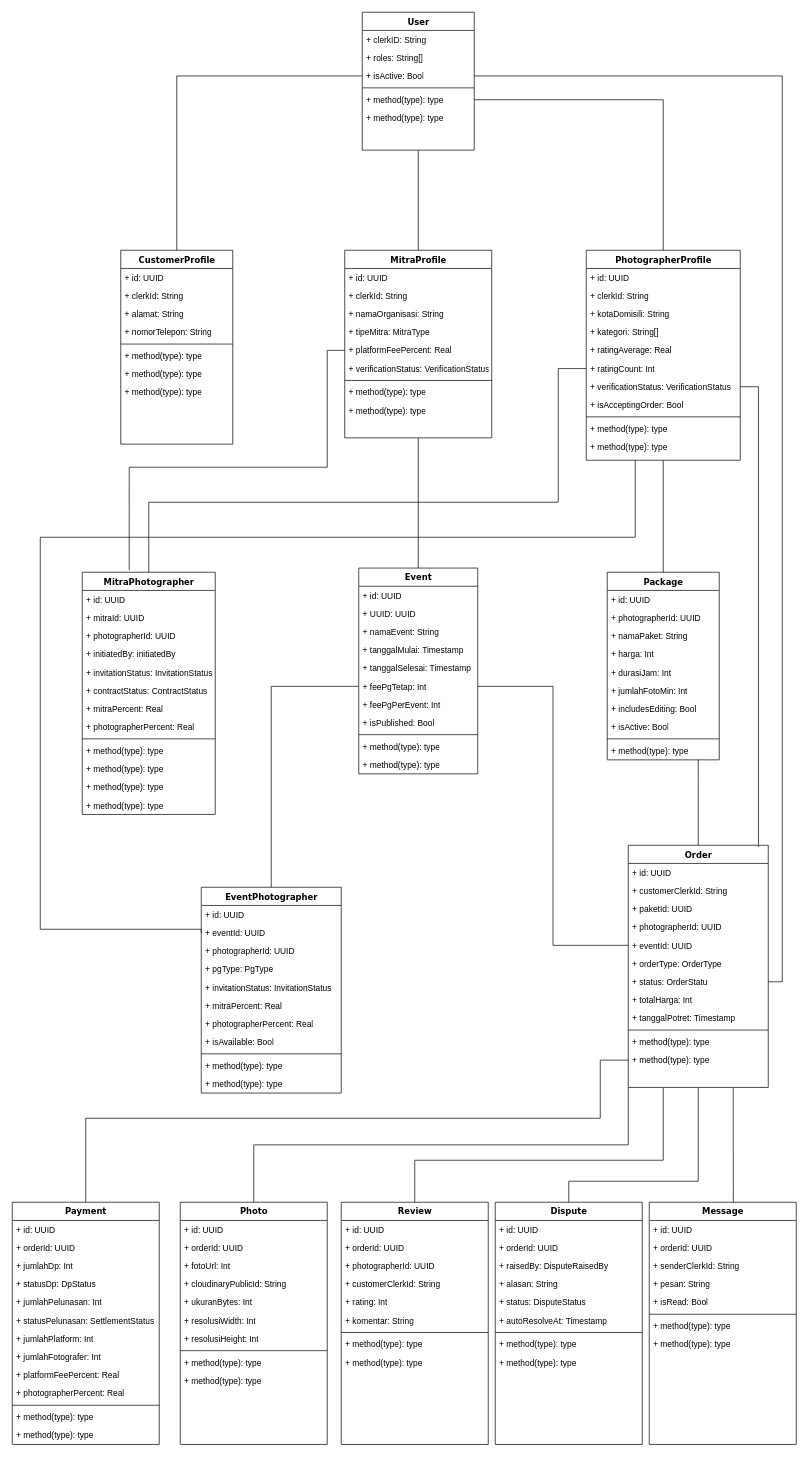
Before: ERD FRAMIC.drawio in dhendisyafaa/framic, a draw.io diagram. Source tidied: cells renumbered, new cells numbered last; positions are measured from the earlier drawing's top-left corner, leaving out a move shared by most shapes. Both pictures are drawn from the tidied source at 70%, with x=0, y=0 at pixel (12, 12).
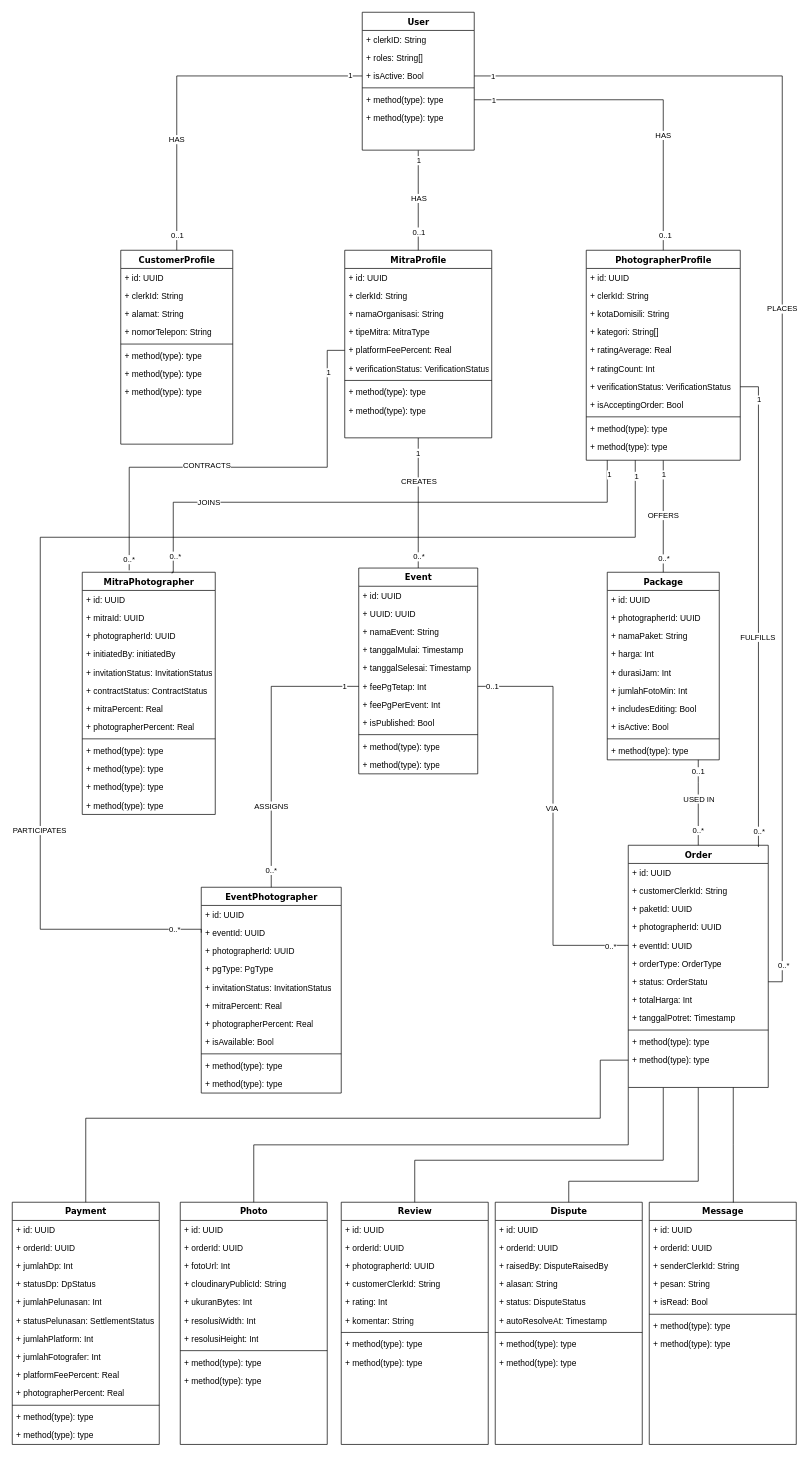
Above is the later version.

Unchanged cells that the change refers to:
```xml
<mxCell id="2" style="edgeStyle=orthogonalEdgeStyle;rounded=0;jettySize=auto;html=1;endArrow=none;endFill=0;" parent="1" edge="1" source="3" target="20">
  <mxGeometry relative="1" as="geometry" />
</mxCell>
<mxCell id="20" value="MitraProfile" style="swimlane;html=1;fontStyle=1;align=center;verticalAlign=top;horizontal=1;startSize=26;swimlaneFillColor=#ffffff;rounded=0;shadow=0;comic=0;labelBackgroundColor=none;strokeWidth=1;fillColor=none;fontFamily=Verdana;fontSize=12;" parent="1" vertex="1">
  <mxGeometry x="475" y="340" width="210" height="268" as="geometry" />
</mxCell>
<mxCell id="30" style="edgeStyle=orthogonalEdgeStyle;rounded=0;jettySize=auto;html=1;exitX=0.5;exitY=1;exitDx=0;exitDy=0;entryX=0.5;entryY=0;entryDx=0;entryDy=0;endArrow=none;endFill=0;" parent="1" edge="1" source="31" target="69">
  <mxGeometry relative="1" as="geometry" />
</mxCell>
<mxCell id="37" value="+&amp;nbsp;&lt;span class=&quot;nodeLabel markdown-node-label&quot; style=&quot;&quot;&gt;ratingCount&lt;/span&gt;: Int" style="text;html=1;strokeColor=none;fillColor=none;align=left;verticalAlign=top;spacingLeft=4;spacingRight=4;whiteSpace=wrap;overflow=hidden;points=[[0,0.5],[1,0.5]];portConstraint=eastwest;" parent="31" vertex="1">
  <mxGeometry y="156" width="220" height="26" as="geometry" />
</mxCell>
<mxCell id="43" value="&lt;span class=&quot;nodeLabel markdown-node-label&quot; style=&quot;&quot;&gt;MitraPhotographer&lt;/span&gt;" style="swimlane;html=1;fontStyle=1;align=center;verticalAlign=top;horizontal=1;startSize=26;swimlaneFillColor=#ffffff;rounded=0;shadow=0;comic=0;labelBackgroundColor=none;strokeWidth=1;fillColor=none;fontFamily=Verdana;fontSize=12;" parent="1" vertex="1">
  <mxGeometry x="100" y="800" width="190" height="346" as="geometry" />
</mxCell>
<mxCell id="57" value="&lt;span class=&quot;nodeLabel markdown-node-label&quot; style=&quot;&quot;&gt;Event&lt;/span&gt;" style="swimlane;html=1;fontStyle=1;align=center;verticalAlign=top;horizontal=1;startSize=26;swimlaneFillColor=#ffffff;rounded=0;shadow=0;comic=0;labelBackgroundColor=none;strokeWidth=1;fillColor=none;fontFamily=Verdana;fontSize=12;" parent="1" vertex="1">
  <mxGeometry x="495" y="794" width="170" height="294" as="geometry" />
</mxCell>
<mxCell id="63" value="+&amp;nbsp;&lt;span class=&quot;nodeLabel markdown-node-label&quot; style=&quot;&quot;&gt;feePgTetap&lt;/span&gt;: Int" style="text;html=1;strokeColor=none;fillColor=none;align=left;verticalAlign=top;spacingLeft=4;spacingRight=4;whiteSpace=wrap;overflow=hidden;points=[[0,0.5],[1,0.5]];portConstraint=eastwest;" parent="57" vertex="1">
  <mxGeometry y="156" width="170" height="26" as="geometry" />
</mxCell>
<mxCell id="80" value="&lt;span class=&quot;nodeLabel markdown-node-label&quot; style=&quot;&quot;&gt;EventPhotographer&lt;/span&gt;" style="swimlane;html=1;fontStyle=1;align=center;verticalAlign=top;horizontal=1;startSize=26;swimlaneFillColor=#ffffff;rounded=0;shadow=0;comic=0;labelBackgroundColor=none;strokeWidth=1;fillColor=none;fontFamily=Verdana;fontSize=12;" parent="1" vertex="1">
  <mxGeometry x="270" y="1250" width="200" height="294" as="geometry" />
</mxCell>
<mxCell id="162" style="edgeStyle=orthogonalEdgeStyle;rounded=0;jettySize=auto;html=1;entryX=0.5;entryY=0;entryDx=0;entryDy=0;endArrow=none;endFill=0;" parent="1" edge="1" source="6" target="10">
  <mxGeometry relative="1" as="geometry" />
</mxCell>
<mxCell id="163" style="edgeStyle=orthogonalEdgeStyle;rounded=0;jettySize=auto;html=1;endArrow=none;endFill=0;" parent="1" edge="1" source="8" target="31">
  <mxGeometry relative="1" as="geometry" />
</mxCell>
<mxCell id="164" style="edgeStyle=orthogonalEdgeStyle;rounded=0;jettySize=auto;html=1;entryX=1;entryY=0.5;entryDx=0;entryDy=0;endArrow=none;endFill=0;" parent="1" edge="1" source="6" target="102">
  <mxGeometry relative="1" as="geometry" />
</mxCell>
<mxCell id="166" style="edgeStyle=orthogonalEdgeStyle;rounded=0;jettySize=auto;html=1;entryX=0.353;entryY=-0.008;entryDx=0;entryDy=0;entryPerimeter=0;endArrow=none;endFill=0;" parent="1" edge="1" source="25" target="43">
  <mxGeometry relative="1" as="geometry">
    <Array as="points">
      <mxPoint x="450" y="483" />
      <mxPoint x="450" y="650" />
      <mxPoint x="167" y="650" />
    </Array>
  </mxGeometry>
</mxCell>
<mxCell id="167" style="edgeStyle=orthogonalEdgeStyle;rounded=0;jettySize=auto;html=1;endArrow=none;endFill=0;entryX=0;entryY=0.5;entryDx=0;entryDy=0;" parent="1" edge="1" target="82">
  <mxGeometry relative="1" as="geometry">
    <mxPoint x="890" y="640" as="sourcePoint" />
    <Array as="points">
      <mxPoint x="890" y="640" />
      <mxPoint x="890" y="750" />
      <mxPoint x="40" y="750" />
      <mxPoint x="40" y="1310" />
      <mxPoint x="270" y="1310" />
    </Array>
  </mxGeometry>
</mxCell>
<mxCell id="169" style="edgeStyle=orthogonalEdgeStyle;rounded=0;jettySize=auto;html=1;entryX=0;entryY=0.5;entryDx=0;entryDy=0;endArrow=none;endFill=0;" parent="1" edge="1" source="63" target="100">
  <mxGeometry relative="1" as="geometry" />
</mxCell>
<mxCell id="170" style="edgeStyle=orthogonalEdgeStyle;rounded=0;jettySize=auto;html=1;entryX=0.93;entryY=0.007;entryDx=0;entryDy=0;entryPerimeter=0;endArrow=none;endFill=0;" parent="1" edge="1" source="38" target="95">
  <mxGeometry relative="1" as="geometry" />
</mxCell>
<mxCell id="173" style="edgeStyle=orthogonalEdgeStyle;shape=connector;rounded=0;jettySize=auto;html=1;entryX=0.5;entryY=0;entryDx=0;entryDy=0;strokeColor=default;align=center;verticalAlign=middle;fontFamily=Helvetica;fontSize=11;fontColor=default;labelBackgroundColor=default;endArrow=none;endFill=0;" parent="1" edge="1" source="79" target="95">
  <mxGeometry relative="1" as="geometry">
    <Array as="points">
      <mxPoint x="980" y="1100" />
      <mxPoint x="980" y="1100" />
    </Array>
  </mxGeometry>
</mxCell>
```

The edit, as a diff of the source:
```diff
@@
+    <mxCell id="174" value="1" style="edgeLabel;html=1;align=center;verticalAlign=middle;fontFamily=Helvetica;fontSize=11;fontColor=default;labelBackgroundColor=default;" parent="2" vertex="1">
+      <mxGeometry x="-0.81" relative="1" as="geometry" />
+    </mxCell>
+    <mxCell id="175" value="0..1" style="edgeLabel;html=1;align=center;verticalAlign=middle;fontFamily=Helvetica;fontSize=11;fontColor=default;labelBackgroundColor=default;" parent="2" vertex="1">
+      <mxGeometry x="0.82" y="-1" relative="1" as="geometry">
+        <mxPoint x="1" y="-14" as="offset" />
+      </mxGeometry>
+    </mxCell>
+    <mxCell id="176" value="HAS" style="edgeLabel;html=1;align=center;verticalAlign=middle;fontFamily=Helvetica;fontSize=11;fontColor=default;labelBackgroundColor=default;" parent="2" vertex="1">
+      <mxGeometry x="-0.05" relative="1" as="geometry" />
+    </mxCell>
@@
-    <mxCell id="19" style="edgeStyle=orthogonalEdgeStyle;rounded=0;jettySize=auto;html=1;endArrow=none;endFill=0;" parent="1" edge="1" source="20" target="57">
-      <mxGeometry relative="1" as="geometry" />
+    <mxCell id="19" value="1" style="edgeStyle=orthogonalEdgeStyle;rounded=0;jettySize=auto;html=1;endArrow=none;endFill=0;" parent="1" edge="1" source="20" target="57">
+      <mxGeometry x="-0.76" relative="1" as="geometry" />
     </mxCell>
+    <mxCell id="177" value="0..*" style="edgeLabel;html=1;align=center;verticalAlign=middle;fontFamily=Helvetica;fontSize=11;fontColor=default;labelBackgroundColor=default;" parent="19" vertex="1">
+      <mxGeometry x="0.82" relative="1" as="geometry" />
+    </mxCell>
+    <mxCell id="178" value="CREATES" style="edgeLabel;html=1;align=center;verticalAlign=middle;fontFamily=Helvetica;fontSize=11;fontColor=default;labelBackgroundColor=default;" parent="19" vertex="1">
+      <mxGeometry x="-0.27" relative="1" as="geometry">
+        <mxPoint y="-6" as="offset" />
+      </mxGeometry>
+    </mxCell>
@@
+    <mxCell id="179" value="1" style="edgeLabel;html=1;align=center;verticalAlign=middle;fontFamily=Helvetica;fontSize=11;fontColor=default;labelBackgroundColor=default;" parent="30" vertex="1">
+      <mxGeometry x="-0.67" y="-3" relative="1" as="geometry">
+        <mxPoint x="3" y="-6" as="offset" />
+      </mxGeometry>
+    </mxCell>
+    <mxCell id="180" value="0..*" style="edgeLabel;html=1;align=center;verticalAlign=middle;fontFamily=Helvetica;fontSize=11;fontColor=default;labelBackgroundColor=default;" parent="30" vertex="1">
+      <mxGeometry x="0.75" relative="1" as="geometry" />
+    </mxCell>
+    <mxCell id="181" value="OFFERS" style="edgeLabel;html=1;align=center;verticalAlign=middle;fontFamily=Helvetica;fontSize=11;fontColor=default;labelBackgroundColor=default;" parent="30" vertex="1">
+      <mxGeometry x="-0.03" y="-1" relative="1" as="geometry" />
+    </mxCell>
@@
+    <mxCell id="182" value="1" style="edgeLabel;html=1;align=center;verticalAlign=middle;fontFamily=Helvetica;fontSize=11;fontColor=default;labelBackgroundColor=default;" parent="162" vertex="1">
+      <mxGeometry x="-0.93" y="-2" relative="1" as="geometry" />
+    </mxCell>
+    <mxCell id="183" value="0..1" style="edgeLabel;html=1;align=center;verticalAlign=middle;fontFamily=Helvetica;fontSize=11;fontColor=default;labelBackgroundColor=default;" parent="162" vertex="1">
+      <mxGeometry x="0.94" relative="1" as="geometry">
+        <mxPoint y="-7" as="offset" />
+      </mxGeometry>
+    </mxCell>
+    <mxCell id="184" value="HAS" style="edgeLabel;html=1;align=center;verticalAlign=middle;fontFamily=Helvetica;fontSize=11;fontColor=default;labelBackgroundColor=default;" parent="162" vertex="1">
+      <mxGeometry x="0.38" y="-1" relative="1" as="geometry" />
+    </mxCell>
@@
+    <mxCell id="185" value="1" style="edgeLabel;html=1;align=center;verticalAlign=middle;fontFamily=Helvetica;fontSize=11;fontColor=default;labelBackgroundColor=default;" parent="163" vertex="1">
+      <mxGeometry x="-0.89" relative="1" as="geometry" />
+    </mxCell>
+    <mxCell id="186" value="0..1" style="edgeLabel;html=1;align=center;verticalAlign=middle;fontFamily=Helvetica;fontSize=11;fontColor=default;labelBackgroundColor=default;" parent="163" vertex="1">
+      <mxGeometry x="0.91" y="2" relative="1" as="geometry" />
+    </mxCell>
+    <mxCell id="187" value="HAS" style="edgeLabel;html=1;align=center;verticalAlign=middle;fontFamily=Helvetica;fontSize=11;fontColor=default;labelBackgroundColor=default;" parent="163" vertex="1">
+      <mxGeometry x="0.32" y="-1" relative="1" as="geometry" />
+    </mxCell>
@@
+    <mxCell id="188" value="1" style="edgeLabel;html=1;align=center;verticalAlign=middle;fontFamily=Helvetica;fontSize=11;fontColor=default;labelBackgroundColor=default;" parent="164" vertex="1">
+      <mxGeometry x="-0.97" relative="1" as="geometry" />
+    </mxCell>
+    <mxCell id="189" value="0..*" style="edgeLabel;html=1;align=center;verticalAlign=middle;fontFamily=Helvetica;fontSize=11;fontColor=default;labelBackgroundColor=default;" parent="164" vertex="1">
+      <mxGeometry x="0.95" y="1" relative="1" as="geometry" />
+    </mxCell>
+    <mxCell id="190" value="PLACES" style="edgeLabel;html=1;align=center;verticalAlign=middle;fontFamily=Helvetica;fontSize=11;fontColor=default;labelBackgroundColor=default;" parent="164" vertex="1">
+      <mxGeometry x="-0.12" y="-1" relative="1" as="geometry" />
+    </mxCell>
-    <mxCell id="165" style="edgeStyle=orthogonalEdgeStyle;rounded=0;jettySize=auto;html=1;entryX=0.5;entryY=0;entryDx=0;entryDy=0;endArrow=none;endFill=0;" parent="1" edge="1" source="37" target="43">
+    <mxCell id="165" style="edgeStyle=orthogonalEdgeStyle;rounded=0;jettySize=auto;html=1;entryX=0.675;entryY=0.005;entryDx=0;entryDy=0;endArrow=none;endFill=0;entryPerimeter=0;" parent="1" edge="1" target="43">
       <mxGeometry relative="1" as="geometry">
+        <mxPoint x="850" y="640" as="sourcePoint" />
         <Array as="points">
-          <mxPoint x="780" y="509" />
-          <mxPoint x="780" y="700" />
-          <mxPoint x="195" y="700" />
+          <mxPoint x="850" y="700" />
+          <mxPoint x="230" y="700" />
+          <mxPoint x="230" y="800" />
+          <mxPoint x="228" y="800" />
         </Array>
       </mxGeometry>
     </mxCell>
+    <mxCell id="191" value="1" style="edgeLabel;html=1;align=center;verticalAlign=middle;fontFamily=Helvetica;fontSize=11;fontColor=default;labelBackgroundColor=default;" parent="165" vertex="1">
+      <mxGeometry x="-0.95" y="2" relative="1" as="geometry" />
+    </mxCell>
+    <mxCell id="192" value="JOINS" style="edgeLabel;html=1;align=center;verticalAlign=middle;fontFamily=Helvetica;fontSize=11;fontColor=default;labelBackgroundColor=default;" parent="165" vertex="1">
+      <mxGeometry x="0.8" relative="1" as="geometry">
+        <mxPoint x="50" y="-26" as="offset" />
+      </mxGeometry>
+    </mxCell>
+    <mxCell id="193" value="0..*" style="edgeLabel;html=1;align=center;verticalAlign=middle;fontFamily=Helvetica;fontSize=11;fontColor=default;labelBackgroundColor=default;" parent="165" vertex="1">
+      <mxGeometry x="0.93" y="2" relative="1" as="geometry" />
+    </mxCell>
@@
+    <mxCell id="194" value="1" style="edgeLabel;html=1;align=center;verticalAlign=middle;fontFamily=Helvetica;fontSize=11;fontColor=default;labelBackgroundColor=default;" parent="166" vertex="1">
+      <mxGeometry x="-0.82" y="1" relative="1" as="geometry" />
+    </mxCell>
+    <mxCell id="195" value="0..*" style="edgeLabel;html=1;align=center;verticalAlign=middle;fontFamily=Helvetica;fontSize=11;fontColor=default;labelBackgroundColor=default;" parent="166" vertex="1">
+      <mxGeometry x="0.95" y="-1" relative="1" as="geometry">
+        <mxPoint y="-1" as="offset" />
+      </mxGeometry>
+    </mxCell>
+    <mxCell id="196" value="CONTRACTS" style="edgeLabel;html=1;align=center;verticalAlign=middle;fontFamily=Helvetica;fontSize=11;fontColor=default;labelBackgroundColor=default;" parent="166" vertex="1">
+      <mxGeometry x="0.17" y="-4" relative="1" as="geometry">
+        <mxPoint x="-1" as="offset" />
+      </mxGeometry>
+    </mxCell>
@@
+    <mxCell id="197" value="1" style="edgeLabel;html=1;align=center;verticalAlign=middle;fontFamily=Helvetica;fontSize=11;fontColor=default;labelBackgroundColor=default;" parent="167" vertex="1">
+      <mxGeometry x="-0.97" y="1" relative="1" as="geometry">
+        <mxPoint y="-4" as="offset" />
+      </mxGeometry>
+    </mxCell>
+    <mxCell id="198" value="PARTICIPATES" style="edgeLabel;html=1;align=center;verticalAlign=middle;fontFamily=Helvetica;fontSize=11;fontColor=default;labelBackgroundColor=default;" parent="167" vertex="1">
+      <mxGeometry x="0.57" y="-2" relative="1" as="geometry" />
+    </mxCell>
+    <mxCell id="199" value="0..*" style="edgeLabel;html=1;align=center;verticalAlign=middle;fontFamily=Helvetica;fontSize=11;fontColor=default;labelBackgroundColor=default;" parent="167" vertex="1">
+      <mxGeometry x="0.95" relative="1" as="geometry" />
+    </mxCell>
     <mxCell id="168" style="edgeStyle=orthogonalEdgeStyle;rounded=0;jettySize=auto;html=1;exitX=0;exitY=0.5;exitDx=0;exitDy=0;entryX=0.5;entryY=0;entryDx=0;entryDy=0;endArrow=none;endFill=0;" parent="1" edge="1" source="63" target="80">
-      <mxGeometry relative="1" as="geometry" />
+      <mxGeometry relative="1" as="geometry">
+        <Array as="points">
+          <mxPoint x="370" y="963" />
+        </Array>
+      </mxGeometry>
     </mxCell>
+    <mxCell id="200" value="1" style="edgeLabel;html=1;align=center;verticalAlign=middle;fontFamily=Helvetica;fontSize=11;fontColor=default;labelBackgroundColor=default;" parent="168" vertex="1">
+      <mxGeometry x="-0.9" y="-1" relative="1" as="geometry" />
+    </mxCell>
+    <mxCell id="201" value="0..*" style="edgeLabel;html=1;align=center;verticalAlign=middle;fontFamily=Helvetica;fontSize=11;fontColor=default;labelBackgroundColor=default;" parent="168" vertex="1">
+      <mxGeometry x="0.88" y="-1" relative="1" as="geometry" />
+    </mxCell>
+    <mxCell id="202" value="ASSIGNS" style="edgeLabel;html=1;align=center;verticalAlign=middle;fontFamily=Helvetica;fontSize=11;fontColor=default;labelBackgroundColor=default;" parent="168" vertex="1">
+      <mxGeometry x="0.43" y="-1" relative="1" as="geometry" />
+    </mxCell>
@@
+    <mxCell id="203" value="VIA" style="edgeLabel;html=1;align=center;verticalAlign=middle;fontFamily=Helvetica;fontSize=11;fontColor=default;labelBackgroundColor=default;" parent="169" vertex="1">
+      <mxGeometry x="-0.04" y="-2" relative="1" as="geometry" />
+    </mxCell>
+    <mxCell id="204" value="0..*" style="edgeLabel;html=1;align=center;verticalAlign=middle;fontFamily=Helvetica;fontSize=11;fontColor=default;labelBackgroundColor=default;" parent="169" vertex="1">
+      <mxGeometry x="0.91" relative="1" as="geometry" />
+    </mxCell>
+    <mxCell id="205" value="0..1" style="edgeLabel;html=1;align=center;verticalAlign=middle;fontFamily=Helvetica;fontSize=11;fontColor=default;labelBackgroundColor=default;" parent="169" vertex="1">
+      <mxGeometry x="-0.93" y="1" relative="1" as="geometry" />
+    </mxCell>
@@
+    <mxCell id="206" value="0..*" style="edgeLabel;html=1;align=center;verticalAlign=middle;fontFamily=Helvetica;fontSize=11;fontColor=default;labelBackgroundColor=default;" parent="170" vertex="1">
+      <mxGeometry x="0.93" relative="1" as="geometry" />
+    </mxCell>
+    <mxCell id="207" value="1" style="edgeLabel;html=1;align=center;verticalAlign=middle;fontFamily=Helvetica;fontSize=11;fontColor=default;labelBackgroundColor=default;" parent="170" vertex="1">
+      <mxGeometry x="-0.87" relative="1" as="geometry" />
+    </mxCell>
+    <mxCell id="208" value="FULFILLS" style="edgeLabel;html=1;align=center;verticalAlign=middle;fontFamily=Helvetica;fontSize=11;fontColor=default;labelBackgroundColor=default;" parent="170" vertex="1">
+      <mxGeometry x="0.12" y="-2" relative="1" as="geometry" />
+    </mxCell>
@@
+    <mxCell id="209" value="0..1" style="edgeLabel;html=1;align=center;verticalAlign=middle;fontFamily=Helvetica;fontSize=11;fontColor=default;labelBackgroundColor=default;" parent="173" vertex="1">
+      <mxGeometry x="-0.73" y="-1" relative="1" as="geometry" />
+    </mxCell>
+    <mxCell id="210" value="0..*" style="edgeLabel;html=1;align=center;verticalAlign=middle;fontFamily=Helvetica;fontSize=11;fontColor=default;labelBackgroundColor=default;" parent="173" vertex="1">
+      <mxGeometry x="0.64" y="-1" relative="1" as="geometry" />
+    </mxCell>
+    <mxCell id="211" value="USED IN" style="edgeLabel;html=1;align=center;verticalAlign=middle;fontFamily=Helvetica;fontSize=11;fontColor=default;labelBackgroundColor=default;" parent="173" vertex="1">
+      <mxGeometry x="-0.1" relative="1" as="geometry" />
+    </mxCell>
```
